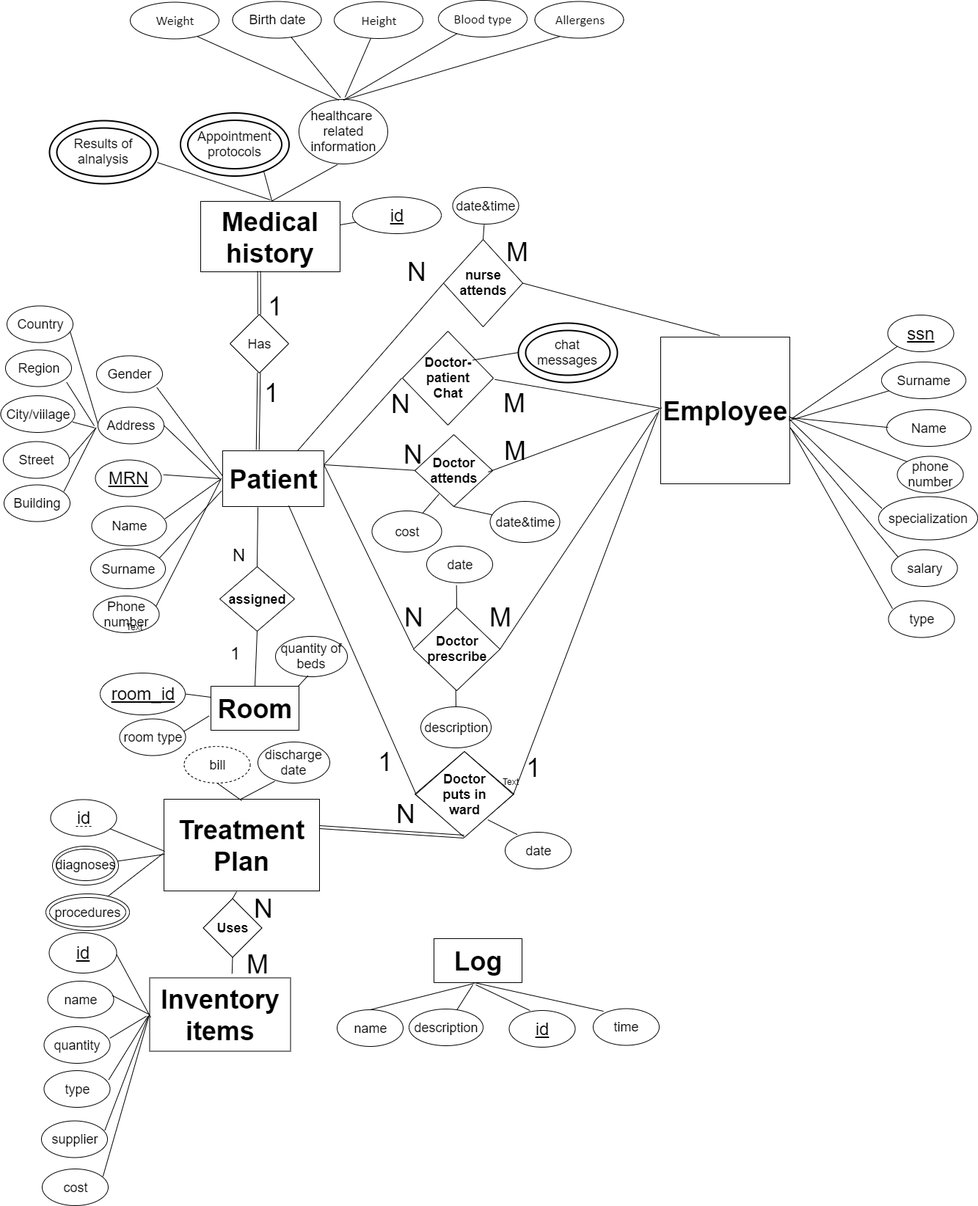
alkaitagi/-INNO-F19-DMD keeps this draw.io diagram as misc/diagram.png. Above is the earlier version. Source tidied: cells renumbered, new cells last; positions are measured from the earlier drawing's top-left corner, leaving out a move shared by most shapes.
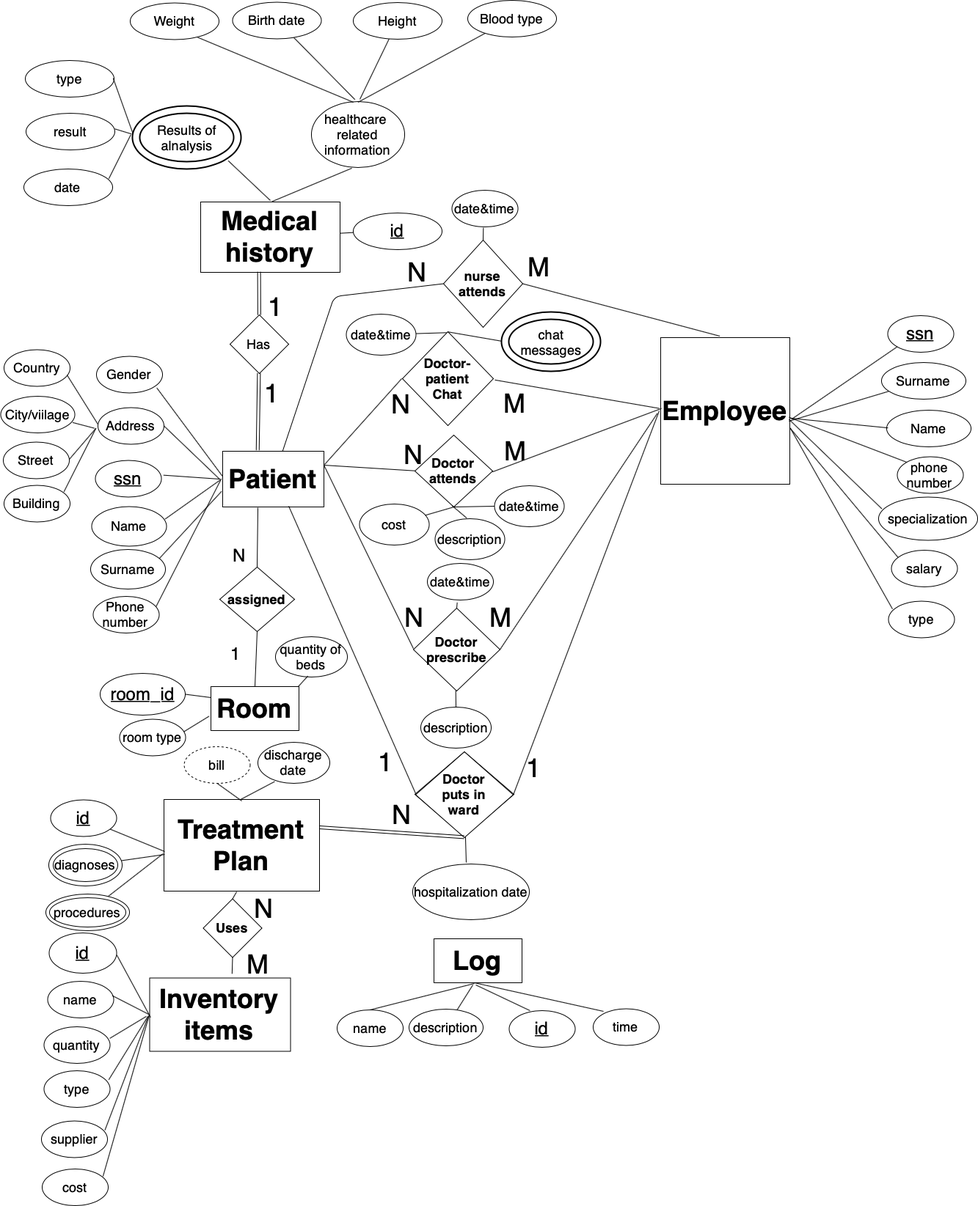
Above is the later version.

Diff of the diagram source:
```diff
@@ -26,3 +26,7 @@
     <mxCell id="9" style="endArrow=none;html=1;entryX=0;entryY=0.5;entryDx=0;entryDy=0;" parent="1" edge="1" source="4" target="8">
-      <mxGeometry relative="1" as="geometry" />
+      <mxGeometry relative="1" as="geometry">
+        <Array as="points">
+          <mxPoint x="454" y="403" />
+        </Array>
+      </mxGeometry>
     </mxCell>
@@ -48,3 +52,3 @@
     </mxCell>
-    <mxCell id="16" style="endArrow=none;html=1;exitX=0.942;exitY=0.52;exitDx=0;exitDy=0;exitPerimeter=0;entryX=0.007;entryY=0.483;entryDx=0;entryDy=0;entryPerimeter=0;" parent="1" edge="1" source="14" target="5">
+    <mxCell id="16" style="endArrow=none;html=1;entryX=0.007;entryY=0.483;entryDx=0;entryDy=0;entryPerimeter=0;exitX=0.997;exitY=0.512;exitDx=0;exitDy=0;exitPerimeter=0;" parent="1" edge="1" source="14" target="5">
       <mxGeometry relative="1" as="geometry" />
@@ -82,3 +86,3 @@
     </mxCell>
-    <mxCell id="26" style="shape=link;html=1;entryX=0.496;entryY=1;entryDx=0;entryDy=0;entryPerimeter=0;" parent="1" edge="1" target="2">
+    <mxCell id="26" style="shape=link;html=1;entryX=0.498;entryY=0.995;entryDx=0;entryDy=0;entryPerimeter=0;" parent="1" edge="1" target="11">
       <mxGeometry relative="1" as="geometry">
@@ -94,3 +98,3 @@
     <mxCell id="29" value="&lt;span style=&quot;font-size: 36px&quot;&gt;N&lt;/span&gt;" style="text;html=1;align=left;verticalAlign=top;spacingTop=-4;" parent="1" vertex="1">
-      <mxGeometry x="537" y="1085" width="37" height="21" as="geometry" />
+      <mxGeometry x="531" y="1086" width="37" height="21" as="geometry" />
     </mxCell>
@@ -106,3 +110,3 @@
     <mxCell id="33" value="&lt;font style=&quot;font-size: 36px&quot;&gt;M&lt;/font&gt;&lt;span style=&quot;font-family: &amp;#34;helvetica&amp;#34; , &amp;#34;arial&amp;#34; , sans-serif ; font-size: 0px&quot;&gt;%3CmxGraphModel%3E%3Croot%3E%3CmxCell%20id%3D%220%22%2F%3E%3CmxCell%20id%3D%221%22%20parent%3D%220%22%2F%3E%3CmxCell%20id%3D%222%22%20value%3D%22%26lt%3Bfont%20style%3D%26quot%3Bfont-size%3A%2036px%26quot%3B%26gt%3BN%26lt%3B%2Ffont%26gt%3B%22%20style%3D%22text%3Bhtml%3D1%3Bresizable%3D0%3Bpoints%3D%5B%5D%3Bautosize%3D1%3Balign%3Dleft%3BverticalAlign%3Dtop%3BspacingTop%3D-4%3B%22%20vertex%3D%221%22%20parent%3D%221%22%3E%3CmxGeometry%20x%3D%2272%22%20y%3D%22410%22%20width%3D%2240%22%20height%3D%2220%22%20as%3D%22geometry%22%2F%3E%3C%2FmxCell%3E%3C%2Froot%3E%3C%2FmxGraphModel%3E&lt;/span&gt;" style="text;html=1;align=left;verticalAlign=top;spacingTop=-4;" parent="1" vertex="1">
-      <mxGeometry x="687" y="319" width="50" height="30" as="geometry" />
+      <mxGeometry x="716" y="339" width="50" height="30" as="geometry" />
     </mxCell>
@@ -123,3 +127,3 @@
     </mxCell>
-    <mxCell id="39" value="&lt;u&gt;&lt;font style=&quot;font-size: 24px&quot;&gt;MRN&lt;/font&gt;&lt;/u&gt;" style="ellipse;whiteSpace=wrap;html=1;" parent="1" vertex="1">
+    <mxCell id="39" value="&lt;font size=&quot;5&quot;&gt;&lt;u&gt;ssn&lt;/u&gt;&lt;/font&gt;" style="ellipse;whiteSpace=wrap;html=1;" parent="1" vertex="1">
       <mxGeometry x="128.5" y="626.5" width="90" height="50" as="geometry" />
@@ -152,3 +156,3 @@
     <mxCell id="47" value="&lt;font style=&quot;font-size: 18px&quot;&gt;date&amp;amp;time&lt;/font&gt;" style="ellipse;whiteSpace=wrap;html=1;" parent="1" vertex="1">
-      <mxGeometry x="615.5" y="255" width="90" height="50" as="geometry" />
+      <mxGeometry x="614.5" y="258" width="90" height="50" as="geometry" />
     </mxCell>
@@ -158,3 +162,3 @@
     <mxCell id="49" value="&lt;font style=&quot;font-size: 18px&quot;&gt;date&amp;amp;time&lt;/font&gt;" style="ellipse;whiteSpace=wrap;html=1;" parent="1" vertex="1">
-      <mxGeometry x="666.5" y="683" width="95" height="56" as="geometry" />
+      <mxGeometry x="672.5" y="661" width="95" height="56" as="geometry" />
     </mxCell>
@@ -199,6 +203,6 @@
     </mxCell>
-    <mxCell id="63" value="&lt;font style=&quot;font-size: 18px&quot;&gt;date&lt;/font&gt;" style="ellipse;whiteSpace=wrap;html=1;" parent="1" vertex="1">
-      <mxGeometry x="687" y="1134" width="90" height="50" as="geometry" />
+    <mxCell id="63" value="&lt;font style=&quot;font-size: 18px&quot;&gt;hospitalization date&lt;/font&gt;" style="ellipse;whiteSpace=wrap;html=1;" parent="1" vertex="1">
+      <mxGeometry x="561" y="1177" width="159" height="76" as="geometry" />
     </mxCell>
-    <mxCell id="64" style="endArrow=none;html=1;entryX=0.184;entryY=0.063;entryDx=0;entryDy=0;entryPerimeter=0;exitX=0.736;exitY=0.802;exitDx=0;exitDy=0;exitPerimeter=0;" parent="1" edge="1" source="2" target="63">
+    <mxCell id="64" style="endArrow=none;html=1;entryX=0.459;entryY=-0.026;entryDx=0;entryDy=0;entryPerimeter=0;exitX=0.511;exitY=0.991;exitDx=0;exitDy=0;exitPerimeter=0;" parent="1" edge="1" source="11" target="63">
       <mxGeometry relative="1" as="geometry" />
@@ -214,4 +218,4 @@
     </mxCell>
-    <mxCell id="68" value="&lt;font style=&quot;font-size: 18px&quot;&gt;date&lt;/font&gt;" style="ellipse;whiteSpace=wrap;html=1;" parent="1" vertex="1">
-      <mxGeometry x="580" y="744" width="90" height="50" as="geometry" />
+    <mxCell id="68" value="&lt;font style=&quot;font-size: 18px&quot;&gt;date&amp;amp;time&lt;/font&gt;" style="ellipse;whiteSpace=wrap;html=1;" parent="1" vertex="1">
+      <mxGeometry x="581" y="767" width="90" height="50" as="geometry" />
     </mxCell>
@@ -291,3 +295,3 @@
     </mxCell>
-    <mxCell id="91" value="&lt;font style=&quot;font-size: 24px&quot;&gt;id&lt;/font&gt;" style="ellipse;whiteSpace=wrap;html=1;" parent="1" vertex="1">
+    <mxCell id="91" value="&lt;font style=&quot;font-size: 24px&quot;&gt;&lt;u&gt;id&lt;/u&gt;&lt;/font&gt;" style="ellipse;whiteSpace=wrap;html=1;" parent="1" vertex="1">
       <mxGeometry x="67.5" y="1089.5" width="90" height="50" as="geometry" />
@@ -320,3 +324,3 @@
     <mxCell id="99" style="ellipse;whiteSpace=wrap;html=1;" parent="1" vertex="1">
-      <mxGeometry x="70" y="1153" width="90" height="53" as="geometry" />
+      <mxGeometry x="65" y="1150" width="100" height="57" as="geometry" />
     </mxCell>
@@ -345,3 +349,3 @@
     </mxCell>
-    <mxCell id="106" style="endArrow=none;html=1;exitX=0.005;exitY=0.493;exitDx=0;exitDy=0;exitPerimeter=0;entryX=0.773;entryY=0.308;entryDx=0;entryDy=0;entryPerimeter=0;" parent="1" edge="1" source="107" target="103">
+    <mxCell id="106" style="endArrow=none;html=1;exitX=0.005;exitY=0.493;exitDx=0;exitDy=0;exitPerimeter=0;entryX=0.502;entryY=0.002;entryDx=0;entryDy=0;entryPerimeter=0;" parent="1" edge="1" source="107" target="103">
       <mxGeometry relative="1" as="geometry" />
@@ -349,3 +353,3 @@
     <mxCell id="107" value="&lt;font style=&quot;font-size: 18px&quot;&gt;chat messages&lt;/font&gt;" style="ellipse;shape=doubleEllipse;margin=10;strokeWidth=2;fontSize=14;whiteSpace=wrap;html=1;align=center;gradientColor=none;" parent="1" vertex="1">
-      <mxGeometry x="705" y="440" width="135" height="81" as="geometry" />
+      <mxGeometry x="682" y="424" width="135" height="81" as="geometry" />
     </mxCell>
@@ -357,5 +361,2 @@
     </mxCell>
-    <mxCell id="110" value="&lt;span style=&quot;font-size: 18px&quot;&gt;Region&lt;/span&gt;" style="ellipse;whiteSpace=wrap;html=1;" parent="1" vertex="1">
-      <mxGeometry x="6" y="476.5" width="90" height="50" as="geometry" />
-    </mxCell>
     <mxCell id="111" value="&lt;span style=&quot;font-size: 18px&quot;&gt;Сity/viilage&lt;/span&gt;" style="ellipse;whiteSpace=wrap;html=1;" parent="1" vertex="1">
@@ -366,7 +367,2 @@
     </mxCell>
-    <mxCell id="113" style="endArrow=none;html=1;entryX=0.926;entryY=0.883;entryDx=0;entryDy=0;entryPerimeter=0;" parent="1" edge="1" target="110">
-      <mxGeometry relative="1" as="geometry">
-        <mxPoint x="127" y="580" as="sourcePoint" />
-      </mxGeometry>
-    </mxCell>
     <mxCell id="114" style="endArrow=none;html=1;entryX=0.97;entryY=0.716;entryDx=0;entryDy=0;entryPerimeter=0;exitX=-0.052;exitY=0.563;exitDx=0;exitDy=0;exitPerimeter=0;" parent="1" edge="1" source="41" target="111">
@@ -393,3 +389,3 @@
     <mxCell id="121" value="&lt;span style=&quot;font-size: 18px&quot;&gt;healthcare &lt;br&gt;related&lt;br&gt;information&lt;/span&gt;" style="ellipse;whiteSpace=wrap;html=1;" parent="1" vertex="1">
-      <mxGeometry x="406" y="135" width="121" height="88" as="geometry" />
+      <mxGeometry x="423" y="137" width="127" height="90" as="geometry" />
     </mxCell>
@@ -398,8 +394,2 @@
     </mxCell>
-    <mxCell id="123" style="endArrow=none;html=1;entryX=0.512;entryY=0;entryDx=0;entryDy=0;entryPerimeter=0;exitX=0.765;exitY=0.914;exitDx=0;exitDy=0;exitPerimeter=0;" parent="1" edge="1" source="124" target="17">
-      <mxGeometry relative="1" as="geometry" />
-    </mxCell>
-    <mxCell id="124" value="&lt;font style=&quot;font-size: 18px&quot;&gt;Appointment protocols&lt;/font&gt;" style="ellipse;shape=doubleEllipse;margin=10;strokeWidth=2;fontSize=14;whiteSpace=wrap;html=1;align=center;gradientColor=none;" parent="1" vertex="1">
-      <mxGeometry x="244.5" y="153.5" width="148" height="86" as="geometry" />
-    </mxCell>
     <mxCell id="125" value="&lt;span style=&quot;font-size: 18px&quot;&gt;Birth date&lt;/span&gt;" style="ellipse;whiteSpace=wrap;html=1;" parent="1" vertex="1">
@@ -411,10 +401,7 @@
     <mxCell id="127" value="&lt;span id=&quot;docs-internal-guid-ed3217c8-7fff-4e7f-8a5c-1c3d476aba7e&quot;&gt;&lt;span style=&quot;font-family: &amp;#34;roboto&amp;#34; , sans-serif ; background-color: transparent ; vertical-align: baseline ; white-space: pre-wrap&quot;&gt;&lt;font style=&quot;font-size: 18px&quot;&gt;Height&lt;/font&gt;&lt;/span&gt;&lt;/span&gt;" style="ellipse;whiteSpace=wrap;html=1;" parent="1" vertex="1">
-      <mxGeometry x="454" y="2" width="121" height="50" as="geometry" />
+      <mxGeometry x="480" y="2" width="121" height="50" as="geometry" />
     </mxCell>
     <mxCell id="128" value="&lt;span id=&quot;docs-internal-guid-ed3217c8-7fff-4e7f-8a5c-1c3d476aba7e&quot;&gt;&lt;span style=&quot;font-family: &amp;#34;roboto&amp;#34; , sans-serif ; background-color: transparent ; vertical-align: baseline ; white-space: pre-wrap&quot;&gt;&lt;font style=&quot;font-size: 18px&quot;&gt;Blood type&lt;/font&gt;&lt;/span&gt;&lt;/span&gt;" style="ellipse;whiteSpace=wrap;html=1;" parent="1" vertex="1">
-      <mxGeometry x="596" width="121" height="50" as="geometry" />
+      <mxGeometry x="636" y="-1" width="121" height="50" as="geometry" />
     </mxCell>
-    <mxCell id="129" value="&lt;span id=&quot;docs-internal-guid-ed3217c8-7fff-4e7f-8a5c-1c3d476aba7e&quot;&gt;&lt;span style=&quot;font-family: &amp;#34;roboto&amp;#34; , sans-serif ; background-color: transparent ; vertical-align: baseline ; white-space: pre-wrap&quot;&gt;&lt;font style=&quot;font-size: 18px&quot;&gt;Allergens&lt;/font&gt;&lt;/span&gt;&lt;/span&gt;" style="ellipse;whiteSpace=wrap;html=1;" parent="1" vertex="1">
-      <mxGeometry x="727.5" y="1.5" width="121" height="50" as="geometry" />
-    </mxCell>
     <mxCell id="130" style="endArrow=none;html=1;exitX=0.758;exitY=0.937;exitDx=0;exitDy=0;exitPerimeter=0;entryX=0.45;entryY=0.011;entryDx=0;entryDy=0;entryPerimeter=0;" parent="1" edge="1" source="126" target="121">
@@ -431,7 +418,4 @@
     </mxCell>
-    <mxCell id="134" style="endArrow=none;html=1;entryX=0.5;entryY=0.011;entryDx=0;entryDy=0;entryPerimeter=0;exitX=0.278;exitY=0.957;exitDx=0;exitDy=0;exitPerimeter=0;" parent="1" edge="1" source="129" target="121">
-      <mxGeometry relative="1" as="geometry" />
-    </mxCell>
     <mxCell id="135" value="&lt;span style=&quot;font-size: 18px&quot;&gt;Country&lt;/span&gt;" style="ellipse;whiteSpace=wrap;html=1;" parent="1" vertex="1">
-      <mxGeometry x="8" y="416.5" width="90" height="50" as="geometry" />
+      <mxGeometry x="4" y="475.5" width="90" height="50" as="geometry" />
     </mxCell>
@@ -447,7 +431,6 @@
     <mxCell id="139" value="&lt;font style=&quot;font-size: 18px&quot;&gt;Results of alnalysis&lt;/font&gt;" style="ellipse;shape=doubleEllipse;margin=10;strokeWidth=2;fontSize=14;whiteSpace=wrap;html=1;align=center;gradientColor=none;" parent="1" vertex="1">
-      <mxGeometry x="66" y="164" width="148" height="86" as="geometry" />
+      <mxGeometry x="179" y="143" width="148" height="86" as="geometry" />
     </mxCell>
-    <mxCell id="140" style="endArrow=none;html=1;" parent="1" edge="1">
+    <mxCell id="140" style="endArrow=none;html=1;exitX=0.882;exitY=0.869;exitDx=0;exitDy=0;exitPerimeter=0;" parent="1" edge="1" source="139">
       <mxGeometry relative="1" as="geometry">
-        <mxPoint x="213" y="221" as="sourcePoint" />
         <mxPoint x="367" y="272" as="targetPoint" />
@@ -478,13 +461,7 @@
     <mxCell id="147" value="&lt;u&gt;&lt;font style=&quot;font-size: 24px&quot;&gt;id&lt;/font&gt;&lt;/u&gt;" style="ellipse;whiteSpace=wrap;html=1;" parent="1" vertex="1">
-      <mxGeometry x="479" y="268" width="121" height="50" as="geometry" />
+      <mxGeometry x="480" y="289" width="121" height="50" as="geometry" />
     </mxCell>
-    <mxCell id="148" style="endArrow=none;html=1;" parent="1" edge="1" source="17" target="147">
+    <mxCell id="148" style="endArrow=none;html=1;entryX=0.003;entryY=0.533;entryDx=0;entryDy=0;entryPerimeter=0;" parent="1" edge="1" source="17" target="147">
       <mxGeometry relative="1" as="geometry" />
     </mxCell>
-    <mxCell id="149" style="endArrow=none;dashed=1;html=1;" parent="1" edge="1">
-      <mxGeometry relative="1" as="geometry">
-        <mxPoint x="123" y="1126" as="sourcePoint" />
-        <mxPoint x="99" y="1126" as="targetPoint" />
-      </mxGeometry>
-    </mxCell>
     <mxCell id="150" style="endArrow=none;html=1;exitX=0.061;exitY=0.215;exitDx=0;exitDy=0;exitPerimeter=0;" parent="1" edge="1" source="90">
@@ -495,5 +472,5 @@
     <mxCell id="151" value="&lt;span style=&quot;font-size: 18px&quot;&gt;cost&lt;br&gt;&lt;/span&gt;" style="ellipse;whiteSpace=wrap;html=1;" parent="1" vertex="1">
-      <mxGeometry x="505.5" y="696" width="95" height="56" as="geometry" />
+      <mxGeometry x="488.5" y="686" width="95" height="56" as="geometry" />
     </mxCell>
-    <mxCell id="152" style="endArrow=none;html=1;exitX=0.311;exitY=0.827;exitDx=0;exitDy=0;exitPerimeter=0;" parent="1" edge="1" source="14" target="151">
+    <mxCell id="152" style="endArrow=none;html=1;exitX=0.503;exitY=1;exitDx=0;exitDy=0;exitPerimeter=0;" parent="1" edge="1" source="14" target="151">
       <mxGeometry relative="1" as="geometry" />
@@ -503,5 +480,2 @@
     </mxCell>
-    <mxCell id="154" value="Text" style="text;html=1;align=left;verticalAlign=top;spacingTop=-4;" parent="1" vertex="1">
-      <mxGeometry x="169" y="845" width="32" height="14" as="geometry" />
-    </mxCell>
     <mxCell id="155" style="endArrow=none;html=1;entryX=0.918;entryY=0.228;entryDx=0;entryDy=0;entryPerimeter=0;exitX=-0.01;exitY=0.719;exitDx=0;exitDy=0;exitPerimeter=0;" parent="1" edge="1" source="4" target="153">
@@ -518,3 +492,3 @@
     <mxCell id="158" value="&lt;span style=&quot;font-size: 18px&quot;&gt;diagnoses&lt;/span&gt;" style="ellipse;whiteSpace=wrap;html=1;" parent="1" vertex="1">
-      <mxGeometry x="75" y="1157" width="80" height="43" as="geometry" />
+      <mxGeometry x="71" y="1156" width="88" height="45" as="geometry" />
     </mxCell>
@@ -523,5 +497,32 @@
     </mxCell>
-    <mxCell id="160" value="Text" style="text;html=1;align=left;verticalAlign=top;spacingTop=-4;" parent="1" vertex="1">
-      <mxGeometry x="682" y="1056" width="32" height="14" as="geometry" />
-    </mxCell>
+    <mxCell id="161" value="&lt;font style=&quot;font-size: 18px&quot;&gt;description&lt;/font&gt;" style="ellipse;whiteSpace=wrap;html=1;" parent="1" vertex="1">
+      <mxGeometry x="591.5" y="706" width="95" height="56" as="geometry" />
+    </mxCell>
+    <mxCell id="162" style="endArrow=none;html=1;exitX=0.478;exitY=0.982;exitDx=0;exitDy=0;entryX=0.455;entryY=-0.014;entryDx=0;entryDy=0;entryPerimeter=0;exitPerimeter=0;" parent="1" edge="1" source="14" target="161">
+      <mxGeometry relative="1" as="geometry" />
+    </mxCell>
+    <mxCell id="163" value="&lt;font style=&quot;font-size: 18px&quot;&gt;date&amp;amp;time&lt;/font&gt;" style="ellipse;whiteSpace=wrap;html=1;" parent="1" vertex="1">
+      <mxGeometry x="470.5" y="427" width="95" height="56" as="geometry" />
+    </mxCell>
+    <mxCell id="164" style="endArrow=none;html=1;entryX=0.486;entryY=0.01;entryDx=0;entryDy=0;entryPerimeter=0;" parent="1" edge="1" source="163" target="103">
+      <mxGeometry relative="1" as="geometry" />
+    </mxCell>
+    <mxCell id="165" value="&lt;font style=&quot;font-size: 18px&quot;&gt;type&lt;/font&gt;" style="ellipse;whiteSpace=wrap;html=1;" parent="1" vertex="1">
+      <mxGeometry x="33" y="81" width="121" height="50" as="geometry" />
+    </mxCell>
+    <mxCell id="166" value="&lt;font style=&quot;font-size: 18px&quot;&gt;result&lt;/font&gt;" style="ellipse;whiteSpace=wrap;html=1;" parent="1" vertex="1">
+      <mxGeometry x="34" y="153" width="121" height="50" as="geometry" />
+    </mxCell>
+    <mxCell id="167" value="&lt;font style=&quot;font-size: 18px&quot;&gt;date&lt;/font&gt;" style="ellipse;whiteSpace=wrap;html=1;" parent="1" vertex="1">
+      <mxGeometry x="31" y="229" width="121" height="50" as="geometry" />
+    </mxCell>
+    <mxCell id="168" style="endArrow=none;html=1;entryX=0.006;entryY=0.445;entryDx=0;entryDy=0;entryPerimeter=0;exitX=0.99;exitY=0.486;exitDx=0;exitDy=0;exitPerimeter=0;" parent="1" edge="1" source="165" target="139">
+      <mxGeometry relative="1" as="geometry" />
+    </mxCell>
+    <mxCell id="169" style="endArrow=none;html=1;entryX=-0.008;entryY=0.445;entryDx=0;entryDy=0;entryPerimeter=0;exitX=0.999;exitY=0.426;exitDx=0;exitDy=0;exitPerimeter=0;" parent="1" edge="1" source="166" target="139">
+      <mxGeometry relative="1" as="geometry" />
+    </mxCell>
+    <mxCell id="170" style="endArrow=none;html=1;entryX=0.957;entryY=0.266;entryDx=0;entryDy=0;entryPerimeter=0;exitX=-0.015;exitY=0.457;exitDx=0;exitDy=0;exitPerimeter=0;" parent="1" edge="1" source="139" target="167">
+      <mxGeometry relative="1" as="geometry" />
+    </mxCell>
   </root>
```
